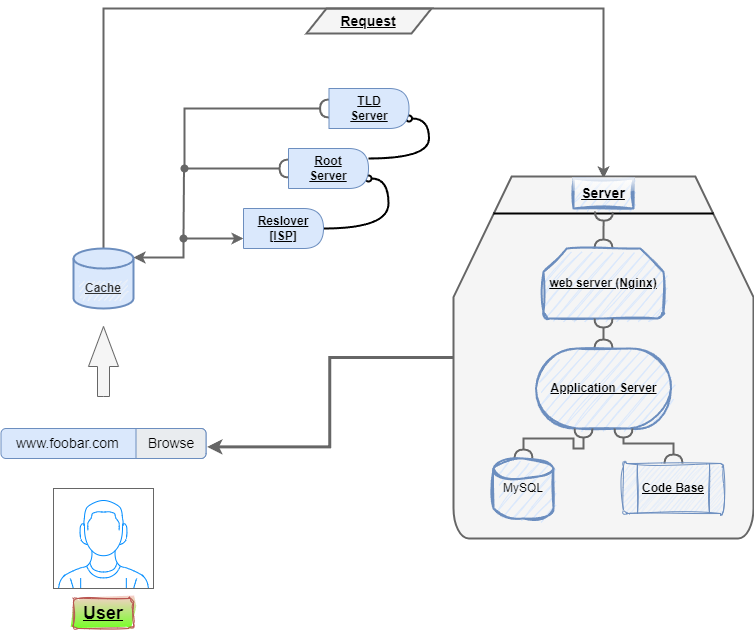
C4ll-0f-Du5ty/alx-system_engineering-devops keeps this draw.io diagram as 0x09-web_infrastructure_design/Images/Project[0.3].png. Above is the earlier version. Source tidied: cells renumbered, new cells last; positions are measured from the earlier drawing's top-left corner, leaving out a move shared by most shapes. Source of this version:
```xml
<mxGraphModel>
  <root>
    <mxCell id="0" />
    <mxCell id="1" parent="0" />
    <mxCell id="2" style="shape=parallelogram;perimeter=parallelogramPerimeter;whiteSpace=wrap;html=1;fixedSize=1;fillColor=#f5f5f5;strokeColor=#666666;fontColor=#333333;strokeWidth=2;" parent="1" vertex="1">
      <mxGeometry x="305" y="2" width="125" height="25" as="geometry" />
    </mxCell>
    <mxCell id="3" style="verticalLabelPosition=bottom;shadow=0;dashed=0;align=center;html=1;verticalAlign=top;strokeWidth=1;shape=mxgraph.mockup.containers.userMale;strokeColor=#666666;strokeColor2=#008cff;" parent="1" vertex="1">
      <mxGeometry x="52" y="482" width="100" height="100" as="geometry" />
    </mxCell>
    <mxCell id="4" value="&lt;h2&gt;&lt;b&gt;&lt;u&gt;User&lt;/u&gt;&lt;/b&gt;&lt;/h2&gt;" style="text;strokeColor=#b85450;align=center;fillColor=#f8cecc;html=1;verticalAlign=middle;whiteSpace=wrap;rounded=1;gradientColor=#76FF26;glass=0;shadow=0;sketch=1;curveFitting=1;jiggle=2;" parent="1" vertex="1">
      <mxGeometry x="72" y="592" width="60" height="30" as="geometry" />
    </mxCell>
    <mxCell id="5" value="www.foobar.com" style="shadow=0;dashed=0;shape=mxgraph.bootstrap.rrect;rSize=5;strokeColor=#6c8ebf;fillColor=#dae8fc;align=left;spacingLeft=0;spacing=15;fontSize=14;fontStyle=0;labelBackgroundColor=none;labelBorderColor=none;whiteSpace=wrap;html=1;horizontal=1;verticalAlign=middle;" parent="1" vertex="1">
      <mxGeometry x="-0.5" y="422" width="205" height="30" as="geometry" />
    </mxCell>
    <mxCell id="6" value="Browse" style="html=1;shadow=0;dashed=0;shape=mxgraph.bootstrap.rightButton;strokeColor=inherit;gradientColor=inherit;fontColor=inherit;fillColor=#E9ECEF;rSize=5;perimeter=none;whiteSpace=wrap;fontSize=14;" parent="5" vertex="1">
      <mxGeometry x="1" width="70" height="30" relative="1" as="geometry">
        <mxPoint x="-70" as="offset" />
      </mxGeometry>
    </mxCell>
    <mxCell id="7" style="html=1;shadow=0;dashed=0;align=center;verticalAlign=middle;shape=mxgraph.arrows2.arrow;dy=0.6;dx=40;direction=north;notch=0;fillColor=#f5f5f5;strokeColor=#666666;fontColor=#333333;" parent="1" vertex="1">
      <mxGeometry x="87" y="320" width="30" height="70" as="geometry" />
    </mxCell>
    <mxCell id="8" style="edgeStyle=orthogonalEdgeStyle;rounded=0;orthogonalLoop=1;jettySize=auto;html=1;strokeColor=#666666;curved=0;strokeWidth=2;shadow=0;fillColor=#f5f5f5;" parent="1" edge="1">
      <mxGeometry relative="1" as="geometry">
        <mxPoint x="102" y="252" as="sourcePoint" />
        <mxPoint x="602" y="172" as="targetPoint" />
        <Array as="points">
          <mxPoint x="102" y="2" />
        </Array>
      </mxGeometry>
    </mxCell>
    <mxCell id="9" style="edgeStyle=orthogonalEdgeStyle;rounded=0;jettySize=auto;html=1;exitX=1;exitY=0.15;exitDx=0;exitDy=0;exitPerimeter=0;entryX=0;entryY=0.75;entryDx=0;entryDy=0;startArrow=classic;startFill=1;strokeWidth=2;fillColor=#f5f5f5;strokeColor=#666666;" parent="1" edge="1" source="10" target="13">
      <mxGeometry relative="1" as="geometry">
        <Array as="points">
          <mxPoint x="182" y="251" />
          <mxPoint x="182" y="232" />
        </Array>
      </mxGeometry>
    </mxCell>
    <mxCell id="10" style="strokeWidth=2;html=1;shape=mxgraph.flowchart.database;whiteSpace=wrap;fillColor=#dae8fc;strokeColor=#6c8ebf;" parent="1" vertex="1">
      <mxGeometry x="72" y="242" width="60" height="60" as="geometry" />
    </mxCell>
    <mxCell id="11" value="&lt;b&gt;&lt;u&gt;Cache&lt;/u&gt;&lt;/b&gt;" style="text;strokeColor=none;align=center;fillColor=#f5f5f5;html=1;verticalAlign=middle;whiteSpace=wrap;rounded=1;shadow=0;fontColor=#333333;sketch=1;curveFitting=1;jiggle=2;" parent="1" vertex="1">
      <mxGeometry x="77" y="272" width="50" height="20" as="geometry" />
    </mxCell>
    <mxCell id="12" style="edgeStyle=orthogonalEdgeStyle;rounded=0;jettySize=auto;html=1;exitX=1;exitY=0.5;exitDx=0;exitDy=0;entryX=1;entryY=0.75;entryDx=0;entryDy=0;curved=1;endArrow=oval;endFill=0;strokeWidth=2;" parent="1" edge="1" source="13" target="16">
      <mxGeometry relative="1" as="geometry" />
    </mxCell>
    <mxCell id="13" style="shape=delay;whiteSpace=wrap;html=1;fillColor=#dae8fc;strokeColor=#6c8ebf;" parent="1" vertex="1">
      <mxGeometry x="242" y="202" width="80" height="40" as="geometry" />
    </mxCell>
    <mxCell id="14" style="edgeStyle=orthogonalEdgeStyle;rounded=0;jettySize=auto;html=1;exitX=0;exitY=0.5;exitDx=0;exitDy=0;endArrow=oval;endFill=1;strokeWidth=2;fillColor=#f5f5f5;strokeColor=#666666;startArrow=halfCircle;startFill=0;" parent="1" edge="1" source="16">
      <mxGeometry relative="1" as="geometry">
        <mxPoint x="182" y="232" as="targetPoint" />
      </mxGeometry>
    </mxCell>
    <mxCell id="15" style="edgeStyle=orthogonalEdgeStyle;rounded=0;jettySize=auto;html=1;exitX=1;exitY=0.25;exitDx=0;exitDy=0;entryX=1;entryY=0.75;entryDx=0;entryDy=0;curved=1;endArrow=oval;endFill=0;strokeWidth=2;" parent="1" edge="1" source="16" target="18">
      <mxGeometry relative="1" as="geometry" />
    </mxCell>
    <mxCell id="16" style="shape=delay;whiteSpace=wrap;html=1;fillColor=#dae8fc;strokeColor=#6c8ebf;" parent="1" vertex="1">
      <mxGeometry x="287" y="142" width="80" height="40" as="geometry" />
    </mxCell>
    <mxCell id="17" style="edgeStyle=orthogonalEdgeStyle;rounded=0;jettySize=auto;html=1;exitX=0;exitY=0.5;exitDx=0;exitDy=0;strokeWidth=2;fillColor=#f5f5f5;strokeColor=#666666;endArrow=oval;endFill=1;startArrow=halfCircle;startFill=0;" parent="1" edge="1" source="18">
      <mxGeometry relative="1" as="geometry">
        <mxPoint x="183" y="162" as="targetPoint" />
        <Array as="points">
          <mxPoint x="183" y="102" />
        </Array>
      </mxGeometry>
    </mxCell>
    <mxCell id="18" style="shape=delay;whiteSpace=wrap;html=1;fillColor=#dae8fc;strokeColor=#6c8ebf;" parent="1" vertex="1">
      <mxGeometry x="327.5" y="82" width="80" height="40" as="geometry" />
    </mxCell>
    <mxCell id="19" value="&lt;b&gt;&lt;u&gt;Reslover [ISP]&lt;/u&gt;&lt;/b&gt;" style="text;align=center;html=1;verticalAlign=middle;whiteSpace=wrap;rounded=0;" parent="1" vertex="1">
      <mxGeometry x="252" y="207" width="60" height="30" as="geometry" />
    </mxCell>
    <mxCell id="20" value="&lt;u&gt;&lt;b&gt;Root Server&lt;/b&gt;&lt;/u&gt;" style="text;strokeColor=none;align=center;fillColor=none;html=1;verticalAlign=middle;whiteSpace=wrap;rounded=0;" parent="1" vertex="1">
      <mxGeometry x="297" y="147" width="60" height="30" as="geometry" />
    </mxCell>
    <mxCell id="21" value="&lt;u&gt;&lt;b&gt;TLD Server&lt;/b&gt;&lt;/u&gt;" style="text;strokeColor=none;align=center;fillColor=none;html=1;verticalAlign=middle;whiteSpace=wrap;rounded=0;" parent="1" vertex="1">
      <mxGeometry x="337.5" y="87" width="60" height="30" as="geometry" />
    </mxCell>
    <mxCell id="22" value="Request" style="text;align=center;html=1;verticalAlign=middle;whiteSpace=wrap;rounded=0;fontStyle=5;fontSize=14;" parent="1" vertex="1">
      <mxGeometry x="337" y="-0.5" width="60" height="30" as="geometry" />
    </mxCell>
    <mxCell id="23" style="strokeWidth=2;html=1;shape=mxgraph.flowchart.loop_limit;whiteSpace=wrap;fillColor=#f5f5f5;strokeColor=#666666;fontColor=#333333;" parent="1" vertex="1">
      <mxGeometry x="452" y="170" width="300" height="362" as="geometry" />
    </mxCell>
    <mxCell id="24" value="&lt;h3&gt;&lt;b&gt;&lt;u&gt;Server&lt;/u&gt;&lt;/b&gt;&lt;/h3&gt;" style="text;strokeColor=#6c8ebf;align=center;fillColor=#dae8fc;html=1;verticalAlign=middle;whiteSpace=wrap;rounded=0;shadow=0;sketch=1;curveFitting=1;jiggle=2;glass=1;strokeWidth=2;" parent="1" vertex="1">
      <mxGeometry x="572" y="172" width="60" height="30" as="geometry" />
    </mxCell>
    <mxCell id="25" style="line;strokeWidth=2;html=1;" parent="1" vertex="1">
      <mxGeometry x="492" y="202" width="220" height="10" as="geometry" />
    </mxCell>
    <mxCell id="26" style="edgeStyle=orthogonalEdgeStyle;rounded=0;jettySize=auto;html=1;startArrow=halfCircle;startFill=0;entryX=0.502;entryY=0.32;entryDx=0;entryDy=0;entryPerimeter=0;endArrow=halfCircle;endFill=0;fillColor=#f5f5f5;strokeColor=#666666;strokeWidth=2;" parent="1" edge="1" source="27" target="25">
      <mxGeometry relative="1" as="geometry" />
    </mxCell>
    <mxCell id="27" value="&lt;b&gt;&lt;u&gt;web server (Nginx)&lt;/u&gt;&lt;/b&gt;" style="strokeWidth=2;html=1;shape=mxgraph.flowchart.loop_limit;whiteSpace=wrap;fillColor=#dae8fc;strokeColor=#6c8ebf;shadow=0;sketch=1;curveFitting=1;jiggle=2;" parent="1" vertex="1">
      <mxGeometry x="542" y="242" width="120" height="70" as="geometry" />
    </mxCell>
    <mxCell id="28" style="edgeStyle=orthogonalEdgeStyle;rounded=0;jettySize=auto;html=1;startArrow=halfCircle;startFill=0;endArrow=halfCircle;endFill=0;fillColor=#f5f5f5;strokeColor=#666666;strokeWidth=2;" parent="1" edge="1" source="29" target="27">
      <mxGeometry relative="1" as="geometry" />
    </mxCell>
    <mxCell id="29" value="&lt;u&gt;&lt;b&gt;Application Server&lt;/b&gt;&lt;/u&gt;" style="strokeWidth=2;html=1;shape=mxgraph.flowchart.terminator;whiteSpace=wrap;fillColor=#dae8fc;strokeColor=#6c8ebf;sketch=1;curveFitting=1;jiggle=2;" parent="1" vertex="1">
      <mxGeometry x="534.5" y="342" width="135" height="80" as="geometry" />
    </mxCell>
    <mxCell id="30" style="edgeStyle=orthogonalEdgeStyle;rounded=0;jettySize=auto;html=1;strokeWidth=2;endArrow=halfCircle;endFill=0;startArrow=halfCircle;startFill=0;fillColor=#f5f5f5;strokeColor=#666666;" parent="1" edge="1" source="31" target="29">
      <mxGeometry relative="1" as="geometry">
        <Array as="points">
          <mxPoint x="522" y="432" />
          <mxPoint x="572" y="432" />
          <mxPoint x="572" y="442" />
          <mxPoint x="582" y="442" />
        </Array>
      </mxGeometry>
    </mxCell>
    <mxCell id="31" value="&lt;div style=&quot;line-height: 120%;&quot;&gt;&lt;span style=&quot;background-color: initial;&quot;&gt;MySQL&lt;/span&gt;&lt;/div&gt;" style="strokeWidth=2;html=1;shape=mxgraph.flowchart.database;whiteSpace=wrap;align=center;fillColor=#dae8fc;strokeColor=#6c8ebf;sketch=1;curveFitting=1;jiggle=2;" parent="1" vertex="1">
      <mxGeometry x="492" y="452" width="60" height="60" as="geometry" />
    </mxCell>
    <mxCell id="32" style="edgeStyle=orthogonalEdgeStyle;rounded=0;jettySize=auto;html=1;endArrow=halfCircle;endFill=0;startArrow=halfCircle;startFill=0;strokeWidth=2;fillColor=#f5f5f5;strokeColor=#666666;" parent="1" edge="1" source="33" target="29">
      <mxGeometry relative="1" as="geometry">
        <Array as="points">
          <mxPoint x="672" y="437" />
          <mxPoint x="622" y="437" />
        </Array>
      </mxGeometry>
    </mxCell>
    <mxCell id="33" style="verticalLabelPosition=bottom;verticalAlign=top;html=1;shape=process;whiteSpace=wrap;rounded=1;size=0.14;arcSize=6;fillColor=#dae8fc;strokeColor=#6c8ebf;shadow=0;sketch=1;curveFitting=1;jiggle=2;glass=0;" parent="1" vertex="1">
      <mxGeometry x="622" y="457" width="100" height="50" as="geometry" />
    </mxCell>
    <mxCell id="34" value="&lt;b&gt;&lt;u&gt;Code Base&lt;/u&gt;&lt;/b&gt;" style="text;strokeColor=none;align=center;fillColor=none;html=1;verticalAlign=middle;whiteSpace=wrap;rounded=0;" parent="1" vertex="1">
      <mxGeometry x="637" y="462" width="70" height="40" as="geometry" />
    </mxCell>
    <mxCell id="35" style="edgeStyle=orthogonalEdgeStyle;rounded=0;jettySize=auto;html=1;exitX=0;exitY=0.5;exitDx=0;exitDy=0;exitPerimeter=0;entryX=1.016;entryY=0.613;entryDx=0;entryDy=0;entryPerimeter=0;strokeWidth=3;fillColor=#f5f5f5;strokeColor=#666666;" parent="1" edge="1" source="23" target="6">
      <mxGeometry relative="1" as="geometry" />
    </mxCell>
  </root>
</mxGraphModel>
```
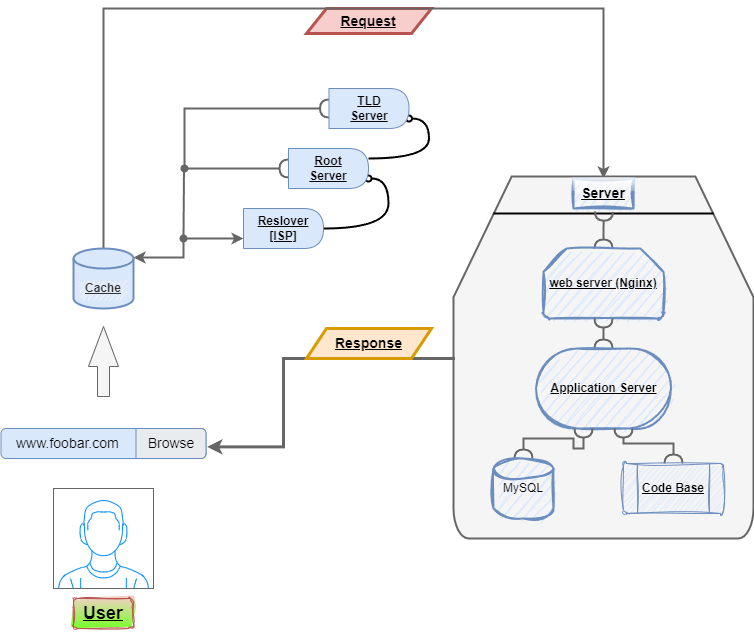
Later version of the same file.

Diff of the diagram source:
```diff
@@ -2,7 +2,7 @@
   <root>
     <mxCell id="0" />
     <mxCell id="1" parent="0" />
-    <mxCell id="2" style="shape=parallelogram;perimeter=parallelogramPerimeter;whiteSpace=wrap;html=1;fixedSize=1;fillColor=#f5f5f5;strokeColor=#666666;fontColor=#333333;strokeWidth=2;" parent="1" vertex="1">
+    <mxCell id="2" style="shape=parallelogram;perimeter=parallelogramPerimeter;whiteSpace=wrap;html=1;fixedSize=1;fillColor=#f8cecc;strokeColor=#b85450;strokeWidth=3;" parent="1" vertex="1">
       <mxGeometry x="305" y="2" width="125" height="25" as="geometry" />
     </mxCell>
     <mxCell id="3" style="verticalLabelPosition=bottom;shadow=0;dashed=0;align=center;html=1;verticalAlign=top;strokeWidth=1;shape=mxgraph.mockup.containers.userMale;strokeColor=#666666;strokeColor2=#008cff;" parent="1" vertex="1">
@@ -133,8 +133,18 @@
     <mxCell id="34" value="&lt;b&gt;&lt;u&gt;Code Base&lt;/u&gt;&lt;/b&gt;" style="text;strokeColor=none;align=center;fillColor=none;html=1;verticalAlign=middle;whiteSpace=wrap;rounded=0;" parent="1" vertex="1">
       <mxGeometry x="637" y="462" width="70" height="40" as="geometry" />
     </mxCell>
-    <mxCell id="35" style="edgeStyle=orthogonalEdgeStyle;rounded=0;jettySize=auto;html=1;exitX=0;exitY=0.5;exitDx=0;exitDy=0;exitPerimeter=0;entryX=1.016;entryY=0.613;entryDx=0;entryDy=0;entryPerimeter=0;strokeWidth=3;fillColor=#f5f5f5;strokeColor=#666666;" parent="1" edge="1" source="23" target="6">
-      <mxGeometry relative="1" as="geometry" />
+    <mxCell id="35" style="edgeStyle=orthogonalEdgeStyle;rounded=0;jettySize=auto;html=1;entryX=1.016;entryY=0.613;entryDx=0;entryDy=0;entryPerimeter=0;strokeWidth=3;fillColor=#f5f5f5;strokeColor=#666666;" parent="1" edge="1" target="6">
+      <mxGeometry relative="1" as="geometry">
+        <mxPoint x="452" y="350.4" as="sourcePoint" />
+        <Array as="points">
+          <mxPoint x="452" y="352" />
+          <mxPoint x="282" y="352" />
+          <mxPoint x="282" y="440" />
+        </Array>
+      </mxGeometry>
     </mxCell>
+    <mxCell id="36" value="&lt;h3&gt;&lt;u&gt;&lt;b&gt;Response&lt;/b&gt;&lt;/u&gt;&lt;/h3&gt;" style="shape=parallelogram;perimeter=parallelogramPerimeter;whiteSpace=wrap;html=1;fixedSize=1;fillColor=#ffe6cc;strokeColor=#d79b00;strokeWidth=3;rotation=0;" parent="1" vertex="1">
+      <mxGeometry x="305" y="322" width="125" height="30" as="geometry" />
+    </mxCell>
   </root>
 </mxGraphModel>
```
